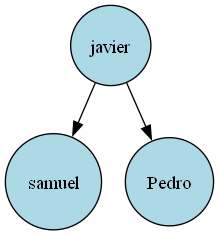
Gerardo-Mantanico/Sistema-de-gestion-de-contactos keeps this Graphviz diagram as Grupo_campos.png. Above is the earlier version. Its source is kept beside it as Grupo_campos.dot.
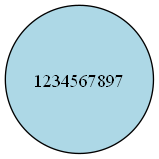
The same diagram one commit later.

Diff of the diagram source:
```diff
@@ -1,9 +1,5 @@
 digraph G {
     node [shape=circle, style=filled, fillcolor=lightblue, fontcolor=black]; // Configuración de nodos
 
-    63 [label="javier"];
-    63 -> 57;
-    57 [label="samuel"];
-    63 -> 93;
-    93 [label="Pedro"];
+    95 [label="1234567897"];
 }
```
